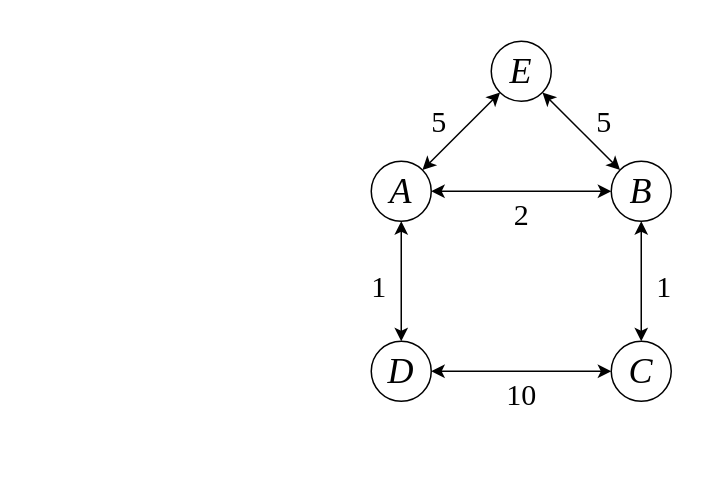
Before: Document/figs/simple_graph.drawio in airabino/charger_network_analysis, a draw.io diagram. Source tidied: cells renumbered, new cells numbered last; positions are measured from the earlier drawing's top-left corner, leaving out a move shared by most shapes. Both pictures are drawn from the tidied source at 150%, with x=0, y=0 at pixel (356, 40).
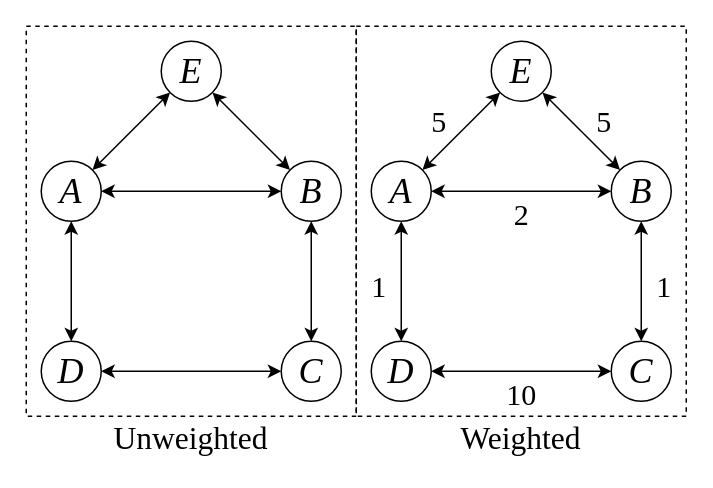
The same diagram, later.

What changed in the source:
```diff
@@
+    <mxCell id="19" style="rounded=0;whiteSpace=wrap;html=1;fillColor=none;dashed=1;strokeWidth=1;" parent="1" vertex="1">
+      <mxGeometry x="-220" y="-10" width="220" height="260" as="geometry" />
+    </mxCell>
+    <mxCell id="20" style="rounded=0;whiteSpace=wrap;html=1;fillColor=none;dashed=1;strokeWidth=1;" parent="1" vertex="1">
+      <mxGeometry y="-10" width="220" height="260" as="geometry" />
+    </mxCell>
@@
+    <mxCell id="21" value="E" style="ellipse;whiteSpace=wrap;html=1;fontFamily=Times New Roman;fontSize=24;fontStyle=2;" parent="1" vertex="1">
+      <mxGeometry x="-130" width="40" height="40" as="geometry" />
+    </mxCell>
+    <mxCell id="22" value="A" style="ellipse;whiteSpace=wrap;html=1;fontFamily=Times New Roman;fontSize=24;fontStyle=2;" parent="1" vertex="1">
+      <mxGeometry x="-210" y="80" width="40" height="40" as="geometry" />
+    </mxCell>
+    <mxCell id="23" value="B" style="ellipse;whiteSpace=wrap;html=1;fontFamily=Times New Roman;fontSize=24;fontStyle=2;" parent="1" vertex="1">
+      <mxGeometry x="-50" y="80" width="40" height="40" as="geometry" />
+    </mxCell>
+    <mxCell id="24" value="D" style="ellipse;whiteSpace=wrap;html=1;fontFamily=Times New Roman;fontSize=24;fontStyle=2;" parent="1" vertex="1">
+      <mxGeometry x="-210" y="200" width="40" height="40" as="geometry" />
+    </mxCell>
+    <mxCell id="25" value="C" style="ellipse;whiteSpace=wrap;html=1;fontFamily=Times New Roman;fontSize=24;fontStyle=2;" parent="1" vertex="1">
+      <mxGeometry x="-50" y="200" width="40" height="40" as="geometry" />
+    </mxCell>
+    <mxCell id="26" style="endArrow=classic;startArrow=classic;html=1;rounded=0;exitX=1;exitY=0.5;exitDx=0;exitDy=0;fontFamily=Times New Roman;fontSize=24;" parent="1" edge="1" source="24" target="25">
+      <mxGeometry relative="1" as="geometry" />
+    </mxCell>
+    <mxCell id="27" style="endArrow=classic;startArrow=classic;html=1;rounded=0;exitX=0.5;exitY=0;exitDx=0;exitDy=0;entryX=0.5;entryY=1;entryDx=0;entryDy=0;fontFamily=Times New Roman;fontSize=24;" parent="1" edge="1" source="24" target="22">
+      <mxGeometry relative="1" as="geometry" />
+    </mxCell>
+    <mxCell id="28" style="endArrow=classic;startArrow=classic;html=1;rounded=0;exitX=0.5;exitY=0;exitDx=0;exitDy=0;entryX=0.5;entryY=1;entryDx=0;entryDy=0;fontFamily=Times New Roman;fontSize=24;" parent="1" edge="1" source="25" target="23">
+      <mxGeometry relative="1" as="geometry" />
+    </mxCell>
+    <mxCell id="29" style="endArrow=classic;startArrow=classic;html=1;rounded=0;entryX=0;entryY=1;entryDx=0;entryDy=0;fontFamily=Times New Roman;fontSize=24;" parent="1" edge="1" source="22" target="21">
+      <mxGeometry relative="1" as="geometry" />
+    </mxCell>
+    <mxCell id="30" style="endArrow=classic;startArrow=classic;html=1;rounded=0;entryX=1;entryY=1;entryDx=0;entryDy=0;exitX=0;exitY=0;exitDx=0;exitDy=0;fontFamily=Times New Roman;fontSize=24;" parent="1" edge="1" source="23" target="21">
+      <mxGeometry relative="1" as="geometry" />
+    </mxCell>
+    <mxCell id="31" style="endArrow=classic;startArrow=classic;html=1;rounded=0;entryX=1;entryY=0.5;entryDx=0;entryDy=0;exitX=0;exitY=0.5;exitDx=0;exitDy=0;fontFamily=Times New Roman;fontSize=24;" parent="1" edge="1" source="23" target="22">
+      <mxGeometry relative="1" as="geometry" />
+    </mxCell>
+    <mxCell id="32" value="Unweighted" style="text;html=1;align=center;verticalAlign=middle;whiteSpace=wrap;rounded=0;fontFamily=Times New Roman;fontSize=21;" parent="1" vertex="1">
+      <mxGeometry x="-140" y="250" width="60" height="30" as="geometry" />
+    </mxCell>
+    <mxCell id="33" value="Weighted" style="text;html=1;align=center;verticalAlign=middle;whiteSpace=wrap;rounded=0;fontFamily=Times New Roman;fontSize=21;" parent="1" vertex="1">
+      <mxGeometry x="80" y="250" width="60" height="30" as="geometry" />
+    </mxCell>
```
